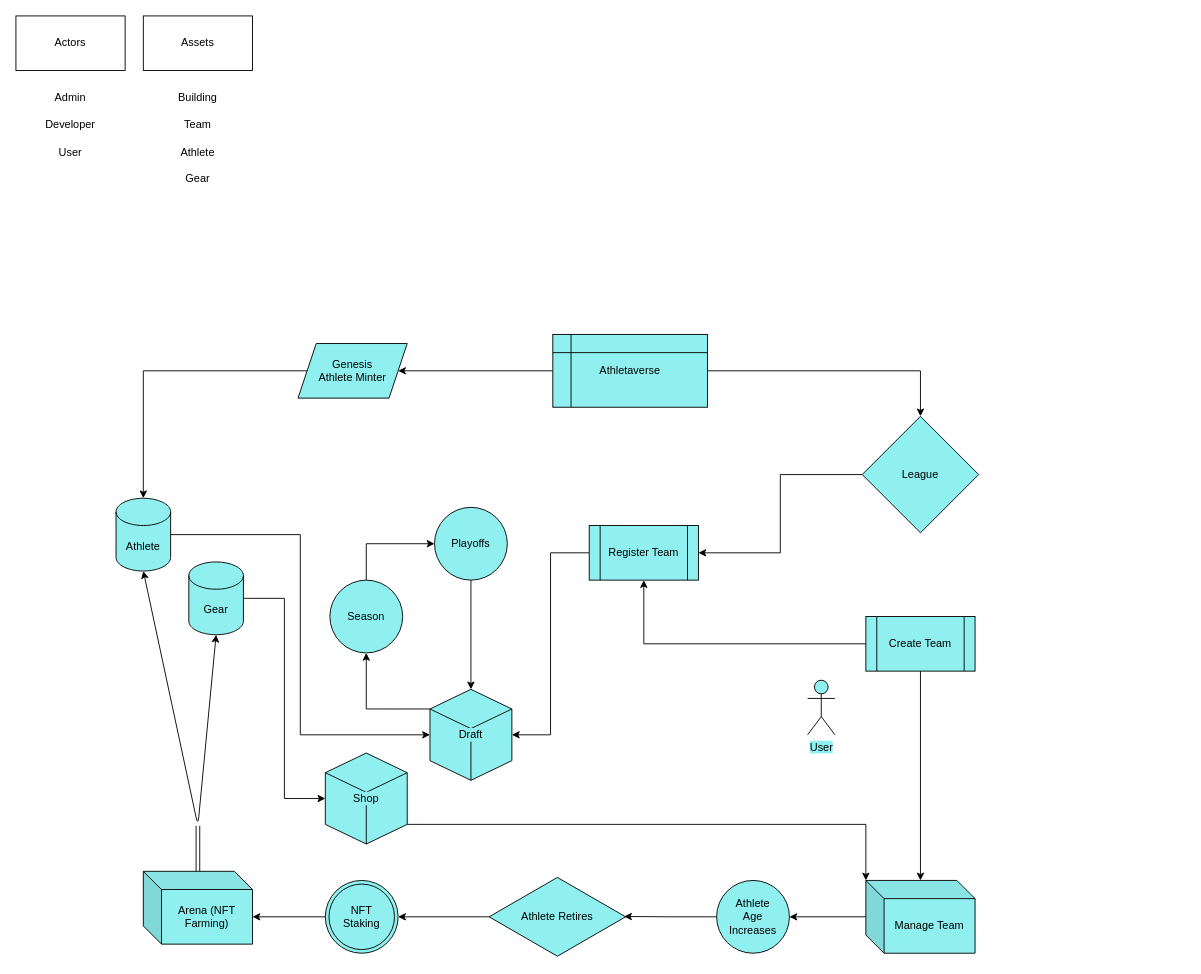
This is demo/Untitled Diagram.drawio from 0xAlchemist/Athletaverse, a draw.io file, before an edit. Source tidied: cells renumbered, new cells numbered last; positions are measured from the earlier drawing's top-left corner, leaving out a move shared by most shapes. Both pictures are drawn from the tidied source at 91%, with x=0, y=0 at pixel (15, 15).
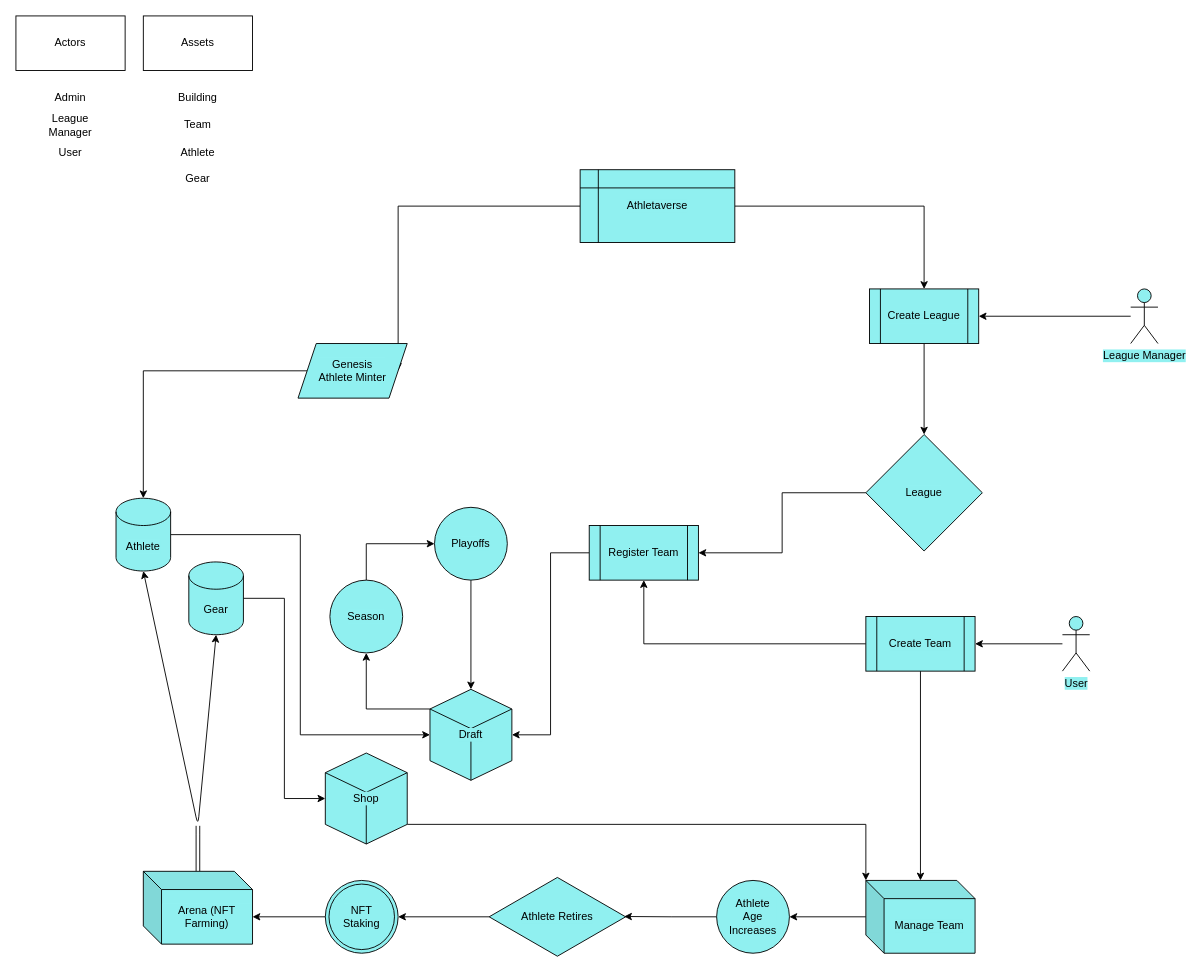
After the change.

Commit message:
add league manager; create league

Unchanged cells that the change refers to:
```xml
<mxCell id="38" value="Create Team" style="shape=process;whiteSpace=wrap;html=1;backgroundOutline=1;shadow=0;labelBackgroundColor=#90F0F0;fillColor=#90F0F0;" parent="1" vertex="1">
  <mxGeometry x="934" y="660" width="120" height="60" as="geometry" />
</mxCell>
```

The edit, as a diff of the source:
```diff
@@
-    <mxCell id="4" value="Developer" style="text;html=1;strokeColor=none;fillColor=none;align=center;verticalAlign=middle;whiteSpace=wrap;rounded=0;" parent="1" vertex="1">
+    <mxCell id="4" value="League Manager" style="text;html=1;strokeColor=none;fillColor=none;align=center;verticalAlign=middle;whiteSpace=wrap;rounded=0;" parent="1" vertex="1">
       <mxGeometry x="40" y="110" width="40" height="20" as="geometry" />
     </mxCell>
@@
     <mxCell id="12" value="League" style="rhombus;whiteSpace=wrap;html=1;shadow=0;labelBackgroundColor=#90F0F0;fillColor=#90F0F0;" parent="1" vertex="1">
-      <mxGeometry x="930" y="440" width="128" height="128" as="geometry" />
+      <mxGeometry x="934" y="460" width="128" height="128" as="geometry" />
     </mxCell>
@@
-    <mxCell id="19" style="edgeStyle=orthogonalEdgeStyle;rounded=0;jettySize=auto;html=1;entryX=0.5;entryY=0;entryDx=0;entryDy=0;" parent="1" edge="1" source="21" target="12">
+    <mxCell id="19" style="edgeStyle=orthogonalEdgeStyle;rounded=0;jettySize=auto;html=1;entryX=0.5;entryY=0;entryDx=0;entryDy=0;" parent="1" edge="1" source="21" target="49">
       <mxGeometry relative="1" as="geometry" />
     </mxCell>
@@
     <mxCell id="21" value="Athletaverse" style="shape=internalStorage;whiteSpace=wrap;html=1;backgroundOutline=1;shadow=0;labelBackgroundColor=#90F0F0;fillColor=#90F0F0;" parent="1" vertex="1">
-      <mxGeometry x="590" y="350" width="170" height="80" as="geometry" />
+      <mxGeometry x="620" y="169" width="170" height="80" as="geometry" />
     </mxCell>
@@
+    <mxCell id="47" style="edgeStyle=orthogonalEdgeStyle;rounded=0;jettySize=auto;html=1;entryX=1;entryY=0.5;entryDx=0;entryDy=0;" parent="1" edge="1" source="29" target="38">
+      <mxGeometry relative="1" as="geometry" />
+    </mxCell>
     <mxCell id="29" value="User" style="shape=umlActor;verticalLabelPosition=bottom;verticalAlign=top;html=1;outlineConnect=0;shadow=0;labelBackgroundColor=#90F0F0;fillColor=#90F0F0;" parent="1" vertex="1">
-      <mxGeometry x="870" y="730" width="30" height="60" as="geometry" />
+      <mxGeometry x="1150" y="660" width="30" height="60" as="geometry" />
     </mxCell>
@@
+    <mxCell id="48" style="edgeStyle=orthogonalEdgeStyle;rounded=0;jettySize=auto;html=1;" parent="1" edge="1" source="49" target="12">
+      <mxGeometry relative="1" as="geometry" />
+    </mxCell>
+    <mxCell id="49" value="Create League" style="shape=process;whiteSpace=wrap;html=1;backgroundOutline=1;shadow=0;labelBackgroundColor=#90F0F0;fillColor=#90F0F0;" parent="1" vertex="1">
+      <mxGeometry x="938" y="300" width="120" height="60" as="geometry" />
+    </mxCell>
+    <mxCell id="50" style="edgeStyle=orthogonalEdgeStyle;rounded=0;jettySize=auto;html=1;entryX=1;entryY=0.5;entryDx=0;entryDy=0;" parent="1" edge="1" source="51" target="49">
+      <mxGeometry relative="1" as="geometry" />
+    </mxCell>
+    <mxCell id="51" value="League Manager" style="shape=umlActor;verticalLabelPosition=bottom;verticalAlign=top;html=1;outlineConnect=0;shadow=0;labelBackgroundColor=#90F0F0;fillColor=#90F0F0;" parent="1" vertex="1">
+      <mxGeometry x="1225" y="300" width="30" height="60" as="geometry" />
+    </mxCell>
```
